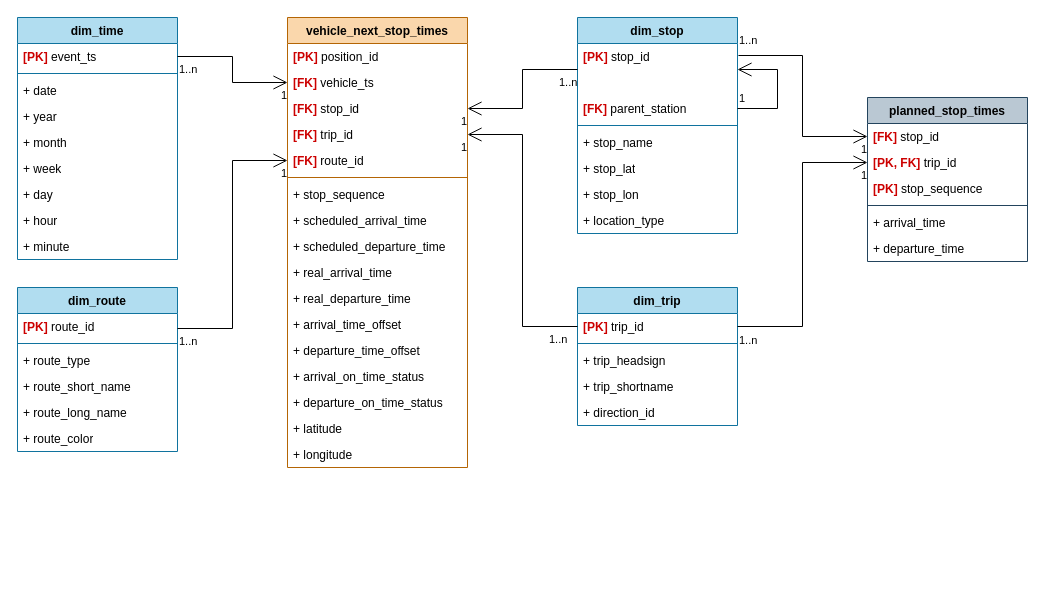
Earlier version of the draw.io diagram page "modélisation_OLAP" (2 of 3) of docs/reseauazur.drawio (cesarGattano/reseau-Azur). Source tidied: cells renumbered, new cells numbered last; positions are measured from the earlier drawing's top-left corner, leaving out a move shared by most shapes. Both pictures are drawn from the tidied source at 100%, with x=0, y=0 at pixel (17, 17).
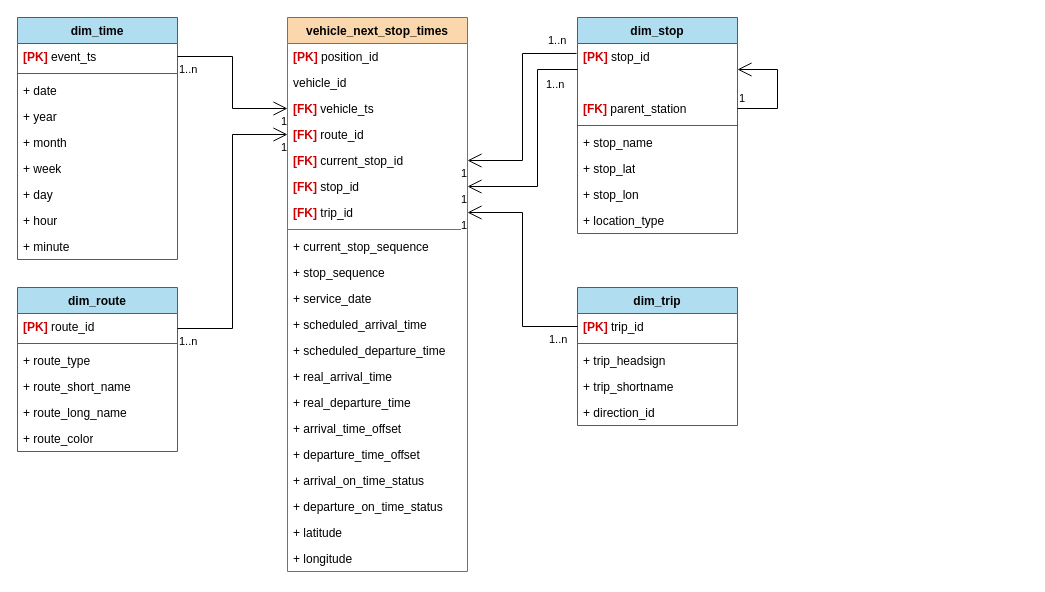
Above is the later version.

Commit message:
docs: :memo: Update draw.io diagrams

Unchanged cells that the change refers to:
```xml
<mxCell id="38" value="&lt;b&gt;&lt;span style=&quot;color: rgb(204, 0, 0);&quot;&gt;[PK]&lt;/span&gt;&lt;/b&gt; stop_id" style="text;strokeColor=none;fillColor=none;align=left;verticalAlign=top;spacingLeft=4;spacingRight=4;overflow=hidden;points=[[0,0.5],[1,0.5]];portConstraint=eastwest;whiteSpace=wrap;html=1;" parent="37" vertex="1">
  <mxGeometry y="26" width="160" height="52" as="geometry" />
</mxCell>
<mxCell id="47" value="&lt;b&gt;&lt;span style=&quot;color: rgb(204, 0, 0);&quot;&gt;[PK]&lt;/span&gt;&lt;/b&gt; trip_id" style="text;strokeColor=none;fillColor=none;align=left;verticalAlign=top;spacingLeft=4;spacingRight=4;overflow=hidden;points=[[0,0.5],[1,0.5]];portConstraint=eastwest;whiteSpace=wrap;html=1;" parent="46" vertex="1">
  <mxGeometry y="26" width="160" height="26" as="geometry" />
</mxCell>
```

What changed in the source:
```diff
@@
     <mxCell id="2" value="vehicle_next_stop_times" style="swimlane;fontStyle=1;align=center;verticalAlign=top;horizontal=1;startSize=26;whiteSpace=wrap;html=1;fillColor=#fad7ac;strokeColor=#b46504;swimlaneFillColor=default;" parent="1" vertex="1">
-      <mxGeometry x="270" width="180" height="450" as="geometry" />
+      <mxGeometry x="270" width="180" height="554" as="geometry" />
     </mxCell>
@@
+    <mxCell id="77" value="vehicle_id" style="text;strokeColor=none;fillColor=none;align=left;verticalAlign=top;spacingLeft=4;spacingRight=4;overflow=hidden;whiteSpace=wrap;html=1;" parent="2" vertex="1">
+      <mxGeometry y="52" width="180" height="26" as="geometry" />
+    </mxCell>
     <mxCell id="4" value="&lt;b&gt;&lt;span style=&quot;color: rgb(204, 0, 0);&quot;&gt;[FK]&lt;/span&gt;&lt;/b&gt;&amp;nbsp;vehicle_ts" style="text;strokeColor=none;fillColor=none;align=left;verticalAlign=top;spacingLeft=4;spacingRight=4;overflow=hidden;points=[[0,0.5],[1,0.5]];portConstraint=eastwest;whiteSpace=wrap;html=1;" parent="2" vertex="1">
-      <mxGeometry y="52" width="180" height="26" as="geometry" />
+      <mxGeometry y="78" width="180" height="26" as="geometry" />
     </mxCell>
+    <mxCell id="7" value="&lt;b&gt;&lt;span style=&quot;color: rgb(204, 0, 0);&quot;&gt;[FK]&lt;/span&gt;&lt;/b&gt; route_id" style="text;strokeColor=none;fillColor=none;align=left;verticalAlign=top;spacingLeft=4;spacingRight=4;overflow=hidden;points=[[0,0.5],[1,0.5]];portConstraint=eastwest;whiteSpace=wrap;html=1;" parent="2" vertex="1">
+      <mxGeometry y="104" width="180" height="26" as="geometry" />
+    </mxCell>
-    <mxCell id="5" value="&lt;b&gt;&lt;span style=&quot;color: rgb(204, 0, 0);&quot;&gt;[FK]&lt;/span&gt;&lt;/b&gt; stop_id" style="text;strokeColor=none;fillColor=none;align=left;verticalAlign=top;spacingLeft=4;spacingRight=4;overflow=hidden;points=[[0,0.5],[1,0.5]];portConstraint=eastwest;whiteSpace=wrap;html=1;" parent="2" vertex="1">
-      <mxGeometry y="78" width="180" height="26" as="geometry" />
+    <mxCell id="5" value="&lt;b&gt;&lt;span style=&quot;color: rgb(204, 0, 0);&quot;&gt;[FK]&lt;/span&gt;&lt;/b&gt;&amp;nbsp;current_stop_id" style="text;strokeColor=none;fillColor=none;align=left;verticalAlign=top;spacingLeft=4;spacingRight=4;overflow=hidden;points=[[0,0.5],[1,0.5]];portConstraint=eastwest;whiteSpace=wrap;html=1;" parent="2" vertex="1">
+      <mxGeometry y="130" width="180" height="26" as="geometry" />
     </mxCell>
+    <mxCell id="65" value="&lt;b&gt;&lt;span style=&quot;color: rgb(204, 0, 0);&quot;&gt;[FK]&lt;/span&gt;&lt;/b&gt; stop_id" style="text;strokeColor=none;fillColor=none;align=left;verticalAlign=top;spacingLeft=4;spacingRight=4;overflow=hidden;points=[[0,0.5],[1,0.5]];portConstraint=eastwest;whiteSpace=wrap;html=1;" parent="2" vertex="1">
+      <mxGeometry y="156" width="180" height="26" as="geometry" />
+    </mxCell>
     <mxCell id="6" value="&lt;b&gt;&lt;span style=&quot;color: rgb(204, 0, 0);&quot;&gt;[FK]&lt;/span&gt;&lt;/b&gt; trip_id" style="text;strokeColor=none;fillColor=none;align=left;verticalAlign=top;spacingLeft=4;spacingRight=4;overflow=hidden;points=[[0,0.5],[1,0.5]];portConstraint=eastwest;whiteSpace=wrap;html=1;" parent="2" vertex="1">
-      <mxGeometry y="104" width="180" height="26" as="geometry" />
+      <mxGeometry y="182" width="180" height="26" as="geometry" />
     </mxCell>
-    <mxCell id="7" value="&lt;b&gt;&lt;span style=&quot;color: rgb(204, 0, 0);&quot;&gt;[FK]&lt;/span&gt;&lt;/b&gt; route_id" style="text;strokeColor=none;fillColor=none;align=left;verticalAlign=top;spacingLeft=4;spacingRight=4;overflow=hidden;points=[[0,0.5],[1,0.5]];portConstraint=eastwest;whiteSpace=wrap;html=1;" parent="2" vertex="1">
-      <mxGeometry y="130" width="180" height="26" as="geometry" />
-    </mxCell>
     <mxCell id="8" style="line;strokeWidth=1;fillColor=none;align=left;verticalAlign=middle;spacingTop=-1;spacingLeft=3;spacingRight=3;labelPosition=right;strokeColor=inherit;" parent="2" vertex="1">
-      <mxGeometry y="156" width="180" height="8" as="geometry" />
+      <mxGeometry y="208" width="180" height="8" as="geometry" />
     </mxCell>
+    <mxCell id="78" value="+ current_stop_sequence" style="text;strokeColor=none;fillColor=none;align=left;verticalAlign=top;spacingLeft=4;spacingRight=4;overflow=hidden;whiteSpace=wrap;html=1;" parent="2" vertex="1">
+      <mxGeometry y="216" width="180" height="26" as="geometry" />
+    </mxCell>
     <mxCell id="9" value="+ stop_sequence" style="text;strokeColor=none;fillColor=none;align=left;verticalAlign=top;spacingLeft=4;spacingRight=4;overflow=hidden;whiteSpace=wrap;html=1;" parent="2" vertex="1">
-      <mxGeometry y="164" width="180" height="26" as="geometry" />
+      <mxGeometry y="242" width="180" height="26" as="geometry" />
     </mxCell>
+    <mxCell id="79" value="+ service_date" style="text;strokeColor=none;fillColor=none;align=left;verticalAlign=top;spacingLeft=4;spacingRight=4;overflow=hidden;whiteSpace=wrap;html=1;" parent="2" vertex="1">
+      <mxGeometry y="268" width="180" height="26" as="geometry" />
+    </mxCell>
     <mxCell id="10" value="&lt;div&gt;+ scheduled_arrival_time&lt;/div&gt;" style="text;strokeColor=none;fillColor=none;align=left;verticalAlign=top;spacingLeft=4;spacingRight=4;overflow=hidden;whiteSpace=wrap;html=1;" parent="2" vertex="1">
-      <mxGeometry y="190" width="180" height="26" as="geometry" />
+      <mxGeometry y="294" width="180" height="26" as="geometry" />
     </mxCell>
     <mxCell id="11" value="&lt;div&gt;+ scheduled_departure_time&lt;/div&gt;" style="text;strokeColor=none;fillColor=none;align=left;verticalAlign=top;spacingLeft=4;spacingRight=4;overflow=hidden;whiteSpace=wrap;html=1;" parent="2" vertex="1">
-      <mxGeometry y="216" width="180" height="26" as="geometry" />
+      <mxGeometry y="320" width="180" height="26" as="geometry" />
     </mxCell>
     <mxCell id="12" value="+ real_arrival_time" style="text;strokeColor=none;fillColor=none;align=left;verticalAlign=top;spacingLeft=4;spacingRight=4;overflow=hidden;whiteSpace=wrap;html=1;" parent="2" vertex="1">
-      <mxGeometry y="242" width="180" height="26" as="geometry" />
+      <mxGeometry y="346" width="180" height="26" as="geometry" />
     </mxCell>
     <mxCell id="13" value="+ real_departure_time" style="text;strokeColor=none;fillColor=none;align=left;verticalAlign=top;spacingLeft=4;spacingRight=4;overflow=hidden;whiteSpace=wrap;html=1;" parent="2" vertex="1">
-      <mxGeometry y="268" width="180" height="26" as="geometry" />
+      <mxGeometry y="372" width="180" height="26" as="geometry" />
     </mxCell>
     <mxCell id="14" value="+ arrival_time_offset" style="text;strokeColor=none;fillColor=none;align=left;verticalAlign=top;spacingLeft=4;spacingRight=4;overflow=hidden;whiteSpace=wrap;html=1;" parent="2" vertex="1">
-      <mxGeometry y="294" width="180" height="26" as="geometry" />
+      <mxGeometry y="398" width="180" height="26" as="geometry" />
     </mxCell>
     <mxCell id="15" value="+ departure_time_offset" style="text;strokeColor=none;fillColor=none;align=left;verticalAlign=top;spacingLeft=4;spacingRight=4;overflow=hidden;whiteSpace=wrap;html=1;" parent="2" vertex="1">
-      <mxGeometry y="320" width="180" height="26" as="geometry" />
+      <mxGeometry y="424" width="180" height="26" as="geometry" />
     </mxCell>
     <mxCell id="16" value="+ arrival_on_time_status" style="text;strokeColor=none;fillColor=none;align=left;verticalAlign=top;spacingLeft=4;spacingRight=4;overflow=hidden;whiteSpace=wrap;html=1;" parent="2" vertex="1">
-      <mxGeometry y="346" width="180" height="26" as="geometry" />
+      <mxGeometry y="450" width="180" height="26" as="geometry" />
     </mxCell>
     <mxCell id="17" value="+ departure_on_time_status" style="text;strokeColor=none;fillColor=none;align=left;verticalAlign=top;spacingLeft=4;spacingRight=4;overflow=hidden;whiteSpace=wrap;html=1;" parent="2" vertex="1">
-      <mxGeometry y="372" width="180" height="26" as="geometry" />
+      <mxGeometry y="476" width="180" height="26" as="geometry" />
     </mxCell>
     <mxCell id="18" value="+ latitude" style="text;strokeColor=none;fillColor=none;align=left;verticalAlign=top;spacingLeft=4;spacingRight=4;overflow=hidden;whiteSpace=wrap;html=1;" parent="2" vertex="1">
-      <mxGeometry y="398" width="180" height="26" as="geometry" />
+      <mxGeometry y="502" width="180" height="26" as="geometry" />
     </mxCell>
     <mxCell id="19" value="+ longitude" style="text;strokeColor=none;fillColor=none;align=left;verticalAlign=top;spacingLeft=4;spacingRight=4;overflow=hidden;whiteSpace=wrap;html=1;" parent="2" vertex="1">
-      <mxGeometry y="424" width="180" height="26" as="geometry" />
+      <mxGeometry y="528" width="180" height="26" as="geometry" />
     </mxCell>
@@
-    <mxCell id="58" style="endArrow=open;html=1;endSize=12;startArrow=none;startSize=14;startFill=0;edgeStyle=orthogonalEdgeStyle;rounded=0;exitX=0;exitY=0.5;exitDx=0;exitDy=0;entryX=1;entryY=0.5;entryDx=0;entryDy=0;" parent="1" edge="1" source="38" target="5">
+    <mxCell id="58" style="endArrow=open;html=1;endSize=12;startArrow=none;startSize=14;startFill=0;edgeStyle=orthogonalEdgeStyle;rounded=0;exitX=-0.006;exitY=0.192;exitDx=0;exitDy=0;entryX=1;entryY=0.5;entryDx=0;entryDy=0;exitPerimeter=0;" parent="1" edge="1" source="38" target="5">
       <mxGeometry relative="1" as="geometry" />
     </mxCell>
     <mxCell id="59" value="1..n" style="edgeLabel;html=1;align=left;verticalAlign=top;" parent="58" vertex="1">
       <mxGeometry x="-1" relative="1" as="geometry">
-        <mxPoint x="-20" as="offset" />
+        <mxPoint x="-30" y="-26" as="offset" />
       </mxGeometry>
     </mxCell>
@@
-    <mxCell id="64" value="planned_stop_times" style="swimlane;fontStyle=1;align=center;verticalAlign=top;horizontal=1;startSize=26;whiteSpace=wrap;html=1;fillColor=#bac8d3;strokeColor=#23445d;swimlaneFillColor=default;" parent="1" vertex="1">
-      <mxGeometry x="850" y="80" width="160" height="164" as="geometry" />
-    </mxCell>
-    <mxCell id="65" value="&lt;div&gt;&lt;b&gt;&lt;span style=&quot;color: rgb(204, 0, 0);&quot;&gt;[FK]&lt;/span&gt;&lt;/b&gt; stop_id&lt;/div&gt;" style="text;strokeColor=none;fillColor=none;align=left;verticalAlign=top;spacingLeft=4;spacingRight=4;overflow=hidden;points=[[0,0.5],[1,0.5]];portConstraint=eastwest;whiteSpace=wrap;html=1;" parent="64" vertex="1">
-      <mxGeometry y="26" width="160" height="26" as="geometry" />
-    </mxCell>
-    <mxCell id="66" value="&lt;div&gt;&lt;b&gt;&lt;span style=&quot;color: rgb(204, 0, 0);&quot;&gt;[PK, FK]&lt;/span&gt;&lt;/b&gt; trip_id&lt;/div&gt;&lt;div&gt;&lt;br&gt;&lt;/div&gt;&lt;div&gt;&lt;br&gt;&lt;/div&gt;" style="text;strokeColor=none;fillColor=none;align=left;verticalAlign=top;spacingLeft=4;spacingRight=4;overflow=hidden;points=[[0,0.5],[1,0.5]];portConstraint=eastwest;whiteSpace=wrap;html=1;" parent="64" vertex="1">
-      <mxGeometry y="52" width="160" height="26" as="geometry" />
-    </mxCell>
-    <mxCell id="67" value="&lt;div&gt;&lt;b&gt;&lt;span style=&quot;color: rgb(204, 0, 0);&quot;&gt;[PK]&lt;/span&gt;&lt;/b&gt; stop_sequence&lt;/div&gt;&lt;div&gt;&lt;br&gt;&lt;/div&gt;&lt;div&gt;&lt;br&gt;&lt;/div&gt;" style="text;strokeColor=none;fillColor=none;align=left;verticalAlign=top;spacingLeft=4;spacingRight=4;overflow=hidden;whiteSpace=wrap;html=1;" parent="64" vertex="1">
-      <mxGeometry y="78" width="160" height="26" as="geometry" />
-    </mxCell>
-    <mxCell id="68" style="line;strokeWidth=1;fillColor=none;align=left;verticalAlign=middle;spacingTop=-1;spacingLeft=3;spacingRight=3;labelPosition=right;strokeColor=inherit;" parent="64" vertex="1">
-      <mxGeometry y="104" width="160" height="8" as="geometry" />
-    </mxCell>
-    <mxCell id="69" value="+ arrival_time" style="text;strokeColor=none;fillColor=none;align=left;verticalAlign=top;spacingLeft=4;spacingRight=4;overflow=hidden;whiteSpace=wrap;html=1;" parent="64" vertex="1">
-      <mxGeometry y="112" width="160" height="26" as="geometry" />
-    </mxCell>
-    <mxCell id="70" value="+ departure_time" style="text;strokeColor=none;fillColor=none;align=left;verticalAlign=top;spacingLeft=4;spacingRight=4;overflow=hidden;whiteSpace=wrap;html=1;" parent="64" vertex="1">
-      <mxGeometry y="138" width="160" height="26" as="geometry" />
-    </mxCell>
-    <mxCell id="71" style="endArrow=open;html=1;endSize=12;startArrow=none;startSize=14;startFill=0;edgeStyle=orthogonalEdgeStyle;rounded=0;entryX=0;entryY=0.5;entryDx=0;entryDy=0;exitX=1;exitY=0.5;exitDx=0;exitDy=0;" parent="1" edge="1" source="47" target="66">
-      <mxGeometry relative="1" as="geometry" />
-    </mxCell>
-    <mxCell id="72" value="1..n" style="edgeLabel;html=1;align=left;verticalAlign=top;" parent="71" vertex="1">
-      <mxGeometry x="-1" relative="1" as="geometry">
-        <mxPoint y="1" as="offset" />
-      </mxGeometry>
-    </mxCell>
-    <mxCell id="73" value="1" style="edgeLabel;html=1;align=right;verticalAlign=top;" parent="71" vertex="1">
-      <mxGeometry x="1" relative="1" as="geometry" />
-    </mxCell>
-    <mxCell id="74" style="endArrow=open;html=1;endSize=12;startArrow=none;startSize=14;startFill=0;edgeStyle=orthogonalEdgeStyle;rounded=0;entryX=0;entryY=0.5;entryDx=0;entryDy=0;exitX=1.006;exitY=0.231;exitDx=0;exitDy=0;exitPerimeter=0;" parent="1" edge="1" source="38" target="65">
-      <mxGeometry relative="1" as="geometry" />
+    <mxCell id="74" style="endArrow=open;html=1;endSize=12;startArrow=none;startSize=14;startFill=0;edgeStyle=orthogonalEdgeStyle;rounded=0;exitX=0;exitY=0.5;exitDx=0;exitDy=0;" parent="1" edge="1" source="38" target="65">
+      <mxGeometry relative="1" as="geometry">
+        <Array as="points">
+          <mxPoint x="520" y="52" />
+          <mxPoint x="520" y="169" />
+        </Array>
+      </mxGeometry>
     </mxCell>
-    <mxCell id="75" value="1..n" style="edgeLabel;html=1;align=left;verticalAlign=top;" parent="74" vertex="1">
-      <mxGeometry x="-1" relative="1" as="geometry">
-        <mxPoint x="-1" y="-28" as="offset" />
-      </mxGeometry>
-    </mxCell>
-    <mxCell id="76" value="1" style="edgeLabel;html=1;align=right;verticalAlign=top;" parent="74" vertex="1">
-      <mxGeometry x="1" relative="1" as="geometry" />
-    </mxCell>
+    <mxCell id="80" value="1..n" style="edgeLabel;html=1;align=left;verticalAlign=top;" parent="74" vertex="1">
+      <mxGeometry x="-1" relative="1" as="geometry">
+        <mxPoint x="-33" y="2" as="offset" />
+      </mxGeometry>
+    </mxCell>
+    <mxCell id="81" value="1" style="edgeLabel;html=1;align=right;verticalAlign=top;" parent="74" vertex="1">
+      <mxGeometry x="1" relative="1" as="geometry" />
+    </mxCell>
```
